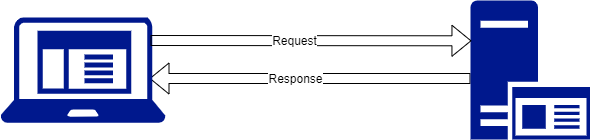
ho-ssain/Test_Dia keeps this draw.io diagram as Test.drawio.png. Above is the earlier version. Source tidied: cells renumbered, new cells last; positions are measured from the earlier drawing's top-left corner, leaving out a move shared by most shapes. Its diagram source:
```xml
<mxGraphModel>
  <root>
    <mxCell id="0" />
    <mxCell id="1" parent="0" />
    <mxCell id="2" style="shape=flexArrow;endArrow=classic;html=1;rounded=0;entryX=0.008;entryY=0.29;entryDx=0;entryDy=0;entryPerimeter=0;" parent="1" edge="1">
      <mxGeometry relative="1" as="geometry">
        <mxPoint x="470" y="78" as="sourcePoint" />
        <mxPoint x="149" y="78" as="targetPoint" />
      </mxGeometry>
    </mxCell>
    <mxCell id="3" value="&lt;font style=&quot;font-size: 12px;&quot;&gt;Response&lt;/font&gt;" style="edgeLabel;html=1;align=center;verticalAlign=middle;" parent="2" vertex="1">
      <mxGeometry x="0.1" relative="1" as="geometry" />
    </mxCell>
    <mxCell id="4" style="sketch=0;shadow=0;dashed=0;html=1;strokeColor=none;labelPosition=center;verticalLabelPosition=bottom;verticalAlign=top;align=center;fillColor=#00188D;shape=mxgraph.mscae.enterprise.client_application;" parent="1" vertex="1">
      <mxGeometry y="16.7" width="165" height="105.6" as="geometry" />
    </mxCell>
    <mxCell id="5" style="sketch=0;shadow=0;dashed=0;html=1;strokeColor=none;labelPosition=center;verticalLabelPosition=bottom;verticalAlign=top;align=center;fillColor=#00188D;shape=mxgraph.mscae.enterprise.application_server2;" parent="1" vertex="1">
      <mxGeometry x="470" width="119.5" height="139" as="geometry" />
    </mxCell>
    <mxCell id="6" style="shape=flexArrow;endArrow=classic;html=1;rounded=0;entryX=0.008;entryY=0.29;entryDx=0;entryDy=0;entryPerimeter=0;" parent="1" edge="1" target="5">
      <mxGeometry relative="1" as="geometry">
        <mxPoint x="150" y="40" as="sourcePoint" />
      </mxGeometry>
    </mxCell>
    <mxCell id="7" value="&lt;font style=&quot;font-size: 12px;&quot;&gt;Request&lt;/font&gt;" style="edgeLabel;html=1;align=center;verticalAlign=middle;" parent="6" vertex="1">
      <mxGeometry x="-0.1" relative="1" as="geometry" />
    </mxCell>
  </root>
</mxGraphModel>
```
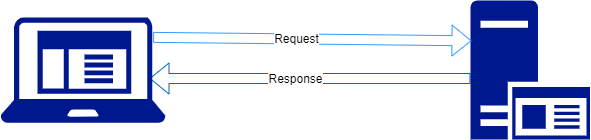
Above is the later version.

The edit, as a diff of the source:
```diff
@@ -2,7 +2,7 @@
   <root>
     <mxCell id="0" />
     <mxCell id="1" parent="0" />
-    <mxCell id="2" style="shape=flexArrow;endArrow=classic;html=1;rounded=0;entryX=0.008;entryY=0.29;entryDx=0;entryDy=0;entryPerimeter=0;" parent="1" edge="1">
+    <mxCell id="2" style="shape=flexArrow;endArrow=classic;html=1;rounded=0;entryX=0.008;entryY=0.29;entryDx=0;entryDy=0;entryPerimeter=0;strokeColor=#0066CC;" parent="1" edge="1">
       <mxGeometry relative="1" as="geometry">
         <mxPoint x="470" y="78" as="sourcePoint" />
         <mxPoint x="149" y="78" as="targetPoint" />
@@ -17,10 +17,8 @@
     <mxCell id="5" style="sketch=0;shadow=0;dashed=0;html=1;strokeColor=none;labelPosition=center;verticalLabelPosition=bottom;verticalAlign=top;align=center;fillColor=#00188D;shape=mxgraph.mscae.enterprise.application_server2;" parent="1" vertex="1">
       <mxGeometry x="470" width="119.5" height="139" as="geometry" />
     </mxCell>
-    <mxCell id="6" style="shape=flexArrow;endArrow=classic;html=1;rounded=0;entryX=0.008;entryY=0.29;entryDx=0;entryDy=0;entryPerimeter=0;" parent="1" edge="1" target="5">
-      <mxGeometry relative="1" as="geometry">
-        <mxPoint x="150" y="40" as="sourcePoint" />
-      </mxGeometry>
+    <mxCell id="6" style="shape=flexArrow;endArrow=classic;html=1;rounded=0;entryX=0.008;entryY=0.29;entryDx=0;entryDy=0;entryPerimeter=0;exitX=0.925;exitY=0.191;exitDx=0;exitDy=0;exitPerimeter=0;strokeColor=#3399FF;" parent="1" edge="1" source="4" target="5">
+      <mxGeometry relative="1" as="geometry" />
     </mxCell>
     <mxCell id="7" value="&lt;font style=&quot;font-size: 12px;&quot;&gt;Request&lt;/font&gt;" style="edgeLabel;html=1;align=center;verticalAlign=middle;" parent="6" vertex="1">
       <mxGeometry x="-0.1" relative="1" as="geometry" />
```
